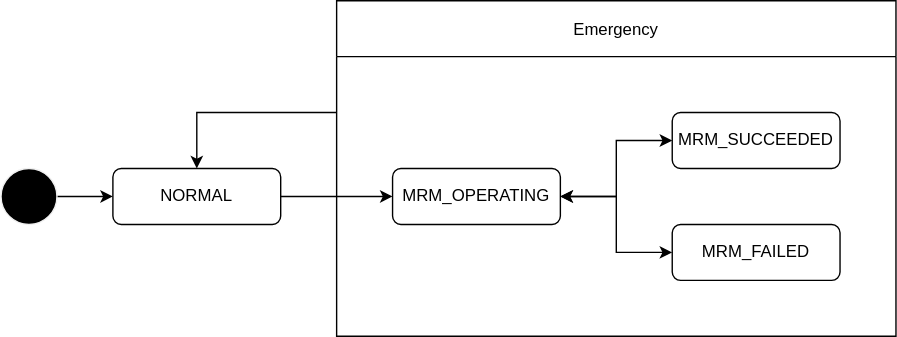
Above: docs/design/autoware-interfaces/ad-api/list/api/fail_safe/mrm-state.drawio.svg in autowarefoundation/autoware-documentation (draw.io), before the change. Source tidied: cells renumbered, new cells last; positions are measured from the earlier drawing's top-left corner, leaving out a move shared by most shapes. The source it was exported from:
```xml
<mxGraphModel>
  <root>
    <mxCell id="0" />
    <mxCell id="1" parent="0" />
    <mxCell id="2" style="edgeStyle=orthogonalEdgeStyle;rounded=0;html=1;startArrow=none;startFill=0;" parent="1" edge="1" source="3" target="12">
      <mxGeometry relative="1" as="geometry" />
    </mxCell>
    <mxCell id="3" style="shape=ellipse;html=1;fillColor=#000000;fontSize=18;fontColor=#ffffff;strokeColor=#F0F0F0;" parent="1" vertex="1">
      <mxGeometry y="120" width="40" height="40" as="geometry" />
    </mxCell>
    <mxCell id="4" style="edgeStyle=orthogonalEdgeStyle;rounded=0;html=1;startArrow=none;startFill=0;" parent="1" edge="1" source="5" target="12">
      <mxGeometry relative="1" as="geometry">
        <Array as="points">
          <mxPoint x="140" y="80" />
        </Array>
      </mxGeometry>
    </mxCell>
    <mxCell id="5" value="Emergency" style="swimlane;startSize=40;fontStyle=0;" parent="1" vertex="1">
      <mxGeometry x="240" width="400" height="240" as="geometry" />
    </mxCell>
    <mxCell id="6" value="MRM_SUCCEEDED" style="rounded=1;whiteSpace=wrap;html=1;" parent="5" vertex="1">
      <mxGeometry x="240" y="80" width="120" height="40" as="geometry" />
    </mxCell>
    <mxCell id="7" value="MRM_FAILED" style="rounded=1;whiteSpace=wrap;html=1;" parent="5" vertex="1">
      <mxGeometry x="240" y="160" width="120" height="40" as="geometry" />
    </mxCell>
    <mxCell id="8" value="MRM_OPERATING" style="rounded=1;whiteSpace=wrap;html=1;" parent="5" vertex="1">
      <mxGeometry x="40" y="120" width="120" height="40" as="geometry" />
    </mxCell>
    <mxCell id="9" style="edgeStyle=orthogonalEdgeStyle;rounded=0;html=1;startArrow=classic;startFill=1;" parent="5" edge="1" source="8" target="6">
      <mxGeometry relative="1" as="geometry">
        <Array as="points">
          <mxPoint x="200" y="140" />
          <mxPoint x="200" y="100" />
        </Array>
      </mxGeometry>
    </mxCell>
    <mxCell id="10" style="edgeStyle=orthogonalEdgeStyle;rounded=0;html=1;entryX=0;entryY=0.5;entryDx=0;entryDy=0;startArrow=classic;startFill=1;" parent="5" edge="1" source="8" target="7">
      <mxGeometry relative="1" as="geometry" />
    </mxCell>
    <mxCell id="11" style="edgeStyle=orthogonalEdgeStyle;rounded=0;html=1;startArrow=none;startFill=0;" parent="1" edge="1" source="12" target="8">
      <mxGeometry relative="1" as="geometry" />
    </mxCell>
    <mxCell id="12" value="NORMAL" style="rounded=1;whiteSpace=wrap;html=1;" parent="1" vertex="1">
      <mxGeometry x="80" y="120" width="120" height="40" as="geometry" />
    </mxCell>
  </root>
</mxGraphModel>
```
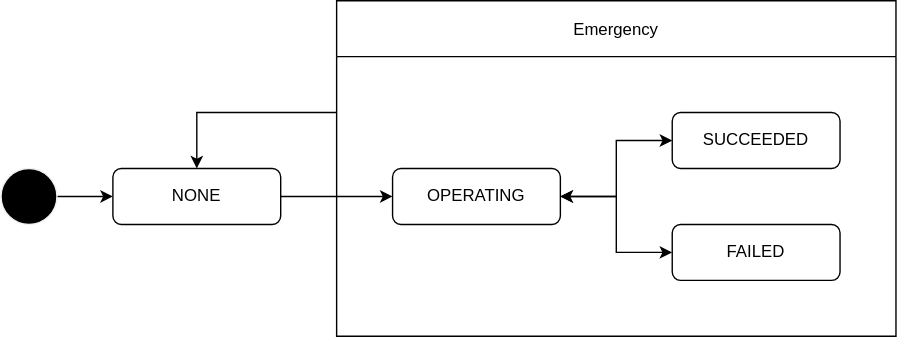
The same diagram one commit later.

Commit message:
docs(ad-api): rename mrm state name

The edit, as a diff of the source:
```diff
@@ -18,13 +18,13 @@
     <mxCell id="5" value="Emergency" style="swimlane;startSize=40;fontStyle=0;" parent="1" vertex="1">
       <mxGeometry x="240" width="400" height="240" as="geometry" />
     </mxCell>
-    <mxCell id="6" value="MRM_SUCCEEDED" style="rounded=1;whiteSpace=wrap;html=1;" parent="5" vertex="1">
+    <mxCell id="6" value="SUCCEEDED" style="rounded=1;whiteSpace=wrap;html=1;" parent="5" vertex="1">
       <mxGeometry x="240" y="80" width="120" height="40" as="geometry" />
     </mxCell>
-    <mxCell id="7" value="MRM_FAILED" style="rounded=1;whiteSpace=wrap;html=1;" parent="5" vertex="1">
+    <mxCell id="7" value="FAILED" style="rounded=1;whiteSpace=wrap;html=1;" parent="5" vertex="1">
       <mxGeometry x="240" y="160" width="120" height="40" as="geometry" />
     </mxCell>
-    <mxCell id="8" value="MRM_OPERATING" style="rounded=1;whiteSpace=wrap;html=1;" parent="5" vertex="1">
+    <mxCell id="8" value="OPERATING" style="rounded=1;whiteSpace=wrap;html=1;" parent="5" vertex="1">
       <mxGeometry x="40" y="120" width="120" height="40" as="geometry" />
     </mxCell>
     <mxCell id="9" style="edgeStyle=orthogonalEdgeStyle;rounded=0;html=1;startArrow=classic;startFill=1;" parent="5" edge="1" source="8" target="6">
@@ -41,7 +41,7 @@
     <mxCell id="11" style="edgeStyle=orthogonalEdgeStyle;rounded=0;html=1;startArrow=none;startFill=0;" parent="1" edge="1" source="12" target="8">
       <mxGeometry relative="1" as="geometry" />
     </mxCell>
-    <mxCell id="12" value="NORMAL" style="rounded=1;whiteSpace=wrap;html=1;" parent="1" vertex="1">
+    <mxCell id="12" value="NONE" style="rounded=1;whiteSpace=wrap;html=1;" parent="1" vertex="1">
       <mxGeometry x="80" y="120" width="120" height="40" as="geometry" />
     </mxCell>
   </root>
```
